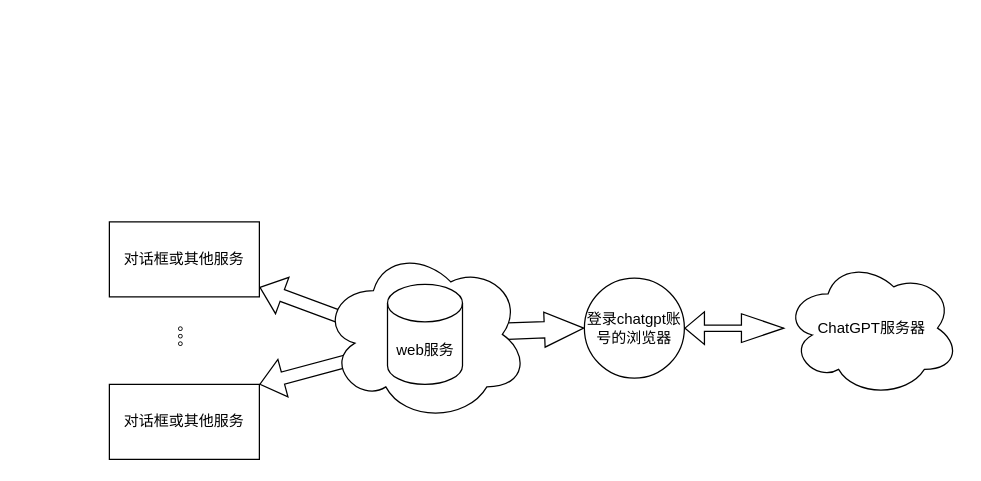
The draw.io diagram wiki/架构图.drawio in xx025/chatgptapi_server, before the edit. Source tidied: cells renumbered, new cells numbered last; positions are measured from the earlier drawing's top-left corner, leaving out a move shared by most shapes. Both pictures are drawn from the tidied source at 125%, with x=0, y=0 at pixel (109, 221).
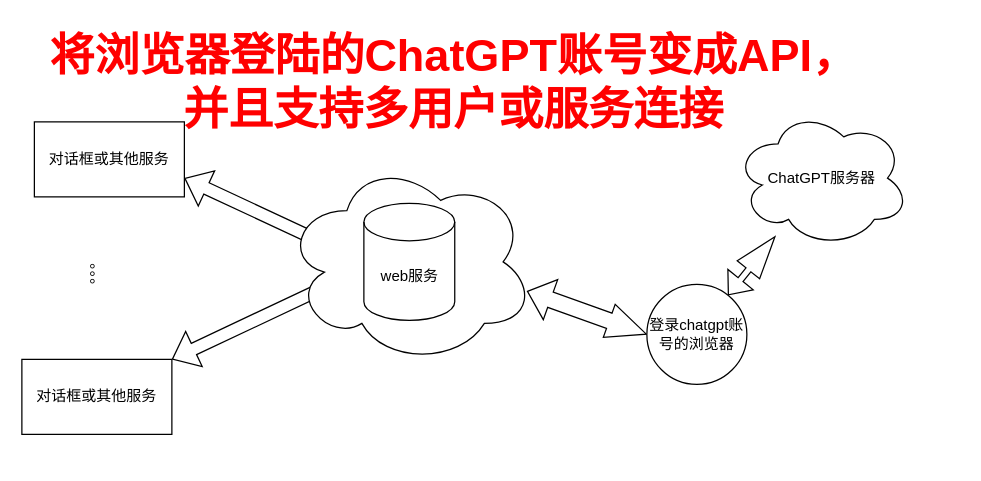
Above is the later version.

The edit, as a diff of the source:
```diff
@@
 <mxGraphModel>
   <root>
     <mxCell id="0" />
     <mxCell id="1" parent="0" />
-    <mxCell id="2" style="shape=flexArrow;endArrow=classic;startArrow=classic;html=1;rounded=0;width=13;startSize=6.19;endSize=10.16;endWidth=14;entryX=0;entryY=0.5;entryDx=0;entryDy=0;" parent="1" edge="1" source="12" target="7">
+    <mxCell id="2" style="shape=flexArrow;endArrow=classic;startArrow=classic;html=1;rounded=0;width=13;startSize=6.19;endSize=10.16;endWidth=14;entryX=0;entryY=0.5;entryDx=0;entryDy=0;exitX=0.97;exitY=0.643;exitDx=0;exitDy=0;exitPerimeter=0;" parent="1" edge="1" source="11" target="7">
       <mxGeometry relative="1" as="geometry" />
     </mxCell>
     <mxCell id="3" value="对话框或其他服务" style="rounded=0;whiteSpace=wrap;html=1;" parent="1" vertex="1">
-      <mxGeometry width="120" height="60" as="geometry" />
+      <mxGeometry x="-60" y="-80" width="120" height="60" as="geometry" />
     </mxCell>
-    <mxCell id="4" style="shape=flexArrow;endArrow=classic;startArrow=classic;html=1;rounded=0;entryX=0;entryY=0.5;entryDx=0;entryDy=0;entryPerimeter=0;" parent="1" edge="1" source="3" target="12">
+    <mxCell id="4" style="shape=flexArrow;endArrow=classic;startArrow=classic;html=1;rounded=0;entryX=0;entryY=0.5;entryDx=0;entryDy=0;entryPerimeter=0;exitX=1;exitY=0.75;exitDx=0;exitDy=0;" parent="1" edge="1" source="3" target="12">
       <mxGeometry relative="1" as="geometry" />
     </mxCell>
     <mxCell id="5" value="ChatGPT服务器" style="ellipse;shape=cloud;whiteSpace=wrap;html=1;" parent="1" vertex="1">
-      <mxGeometry x="540" y="30" width="140" height="110" as="geometry" />
+      <mxGeometry x="500" y="-90" width="140" height="110" as="geometry" />
     </mxCell>
-    <mxCell id="6" style="shape=flexArrow;endArrow=classic;startArrow=classic;html=1;rounded=0;exitX=1;exitY=0.5;exitDx=0;exitDy=0;width=5;endSize=10.95;startSize=4.85;endWidth=17;" parent="1" edge="1" source="7" target="5">
+    <mxCell id="6" style="shape=flexArrow;endArrow=classic;startArrow=classic;html=1;rounded=0;width=5;endSize=10.95;startSize=4.85;endWidth=17;" parent="1" edge="1" source="7" target="5">
       <mxGeometry relative="1" as="geometry" />
     </mxCell>
     <mxCell id="7" value="登录chatgpt账号的浏览器" style="ellipse;whiteSpace=wrap;html=1;" parent="1" vertex="1">
-      <mxGeometry x="380" y="45" width="80" height="80" as="geometry" />
+      <mxGeometry x="430" y="50" width="80" height="80" as="geometry" />
     </mxCell>
     <mxCell id="8" style="rounded=0;jettySize=auto;html=1;startArrow=openAsync;startFill=0;shape=flexArrow;elbow=vertical;entryX=0;entryY=0;entryDx=0;entryDy=52.5;entryPerimeter=0;exitX=1;exitY=0;exitDx=0;exitDy=0;" parent="1" edge="1" source="9" target="12">
       <mxGeometry relative="1" as="geometry" />
     </mxCell>
     <mxCell id="9" value="对话框或其他服务" style="rounded=0;whiteSpace=wrap;html=1;" parent="1" vertex="1">
-      <mxGeometry y="130" width="120" height="60" as="geometry" />
+      <mxGeometry x="-70" y="110" width="120" height="60" as="geometry" />
     </mxCell>
     <mxCell id="10" style="group;" parent="1" vertex="1">
-      <mxGeometry x="170" y="20" width="165" height="140" as="geometry" />
+      <mxGeometry x="140" y="-50" width="200" height="164" as="geometry" />
     </mxCell>
     <mxCell id="11" style="ellipse;shape=cloud;whiteSpace=wrap;html=1;" parent="10" vertex="1">
-      <mxGeometry width="165" height="140" as="geometry" />
+      <mxGeometry width="200" height="164" as="geometry" />
     </mxCell>
     <mxCell id="12" value="web服务" style="shape=cylinder3;whiteSpace=wrap;html=1;boundedLbl=1;backgroundOutline=1;size=15;" parent="10" vertex="1">
-      <mxGeometry x="52.5" y="30" width="60" height="80" as="geometry" />
+      <mxGeometry x="63.6" y="35.1" width="72.7" height="93.7" as="geometry" />
     </mxCell>
     <mxCell id="13" value="。。。" style="text;html=1;align=center;verticalAlign=middle;strokeColor=none;fillColor=none;rotation=90;" parent="1" vertex="1">
-      <mxGeometry x="30" y="80" width="60" height="30" as="geometry" />
+      <mxGeometry x="-40" y="30" width="60" height="30" as="geometry" />
     </mxCell>
+    <mxCell id="14" value="&lt;font style=&quot;font-size: 36px;&quot;&gt;将浏览器登陆的ChatGPT账号变成API，&lt;br&gt;并且支持多用户或服务连接&lt;br&gt;&lt;br&gt;&lt;/font&gt;" style="text;html=1;align=center;verticalAlign=middle;strokeColor=none;fillColor=none;fontColor=#ff0000;fontStyle=1;" parent="1" vertex="1">
+      <mxGeometry x="-60" y="-160" width="670" height="140" as="geometry" />
+    </mxCell>
   </root>
 </mxGraphModel>
```
